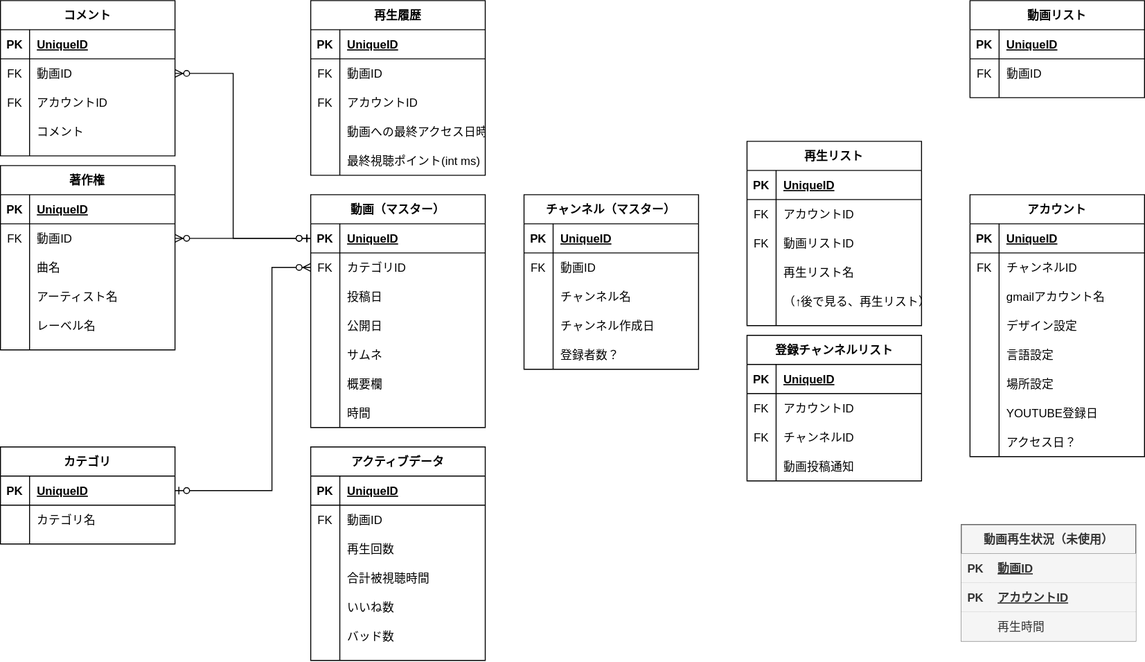
This is youtube要件定義.svg from miharu-kon/board, a draw.io export, as it was before one commit. Source tidied: cells renumbered, new cells last; positions are measured from the earlier drawing's top-left corner, leaving out a move shared by most shapes.
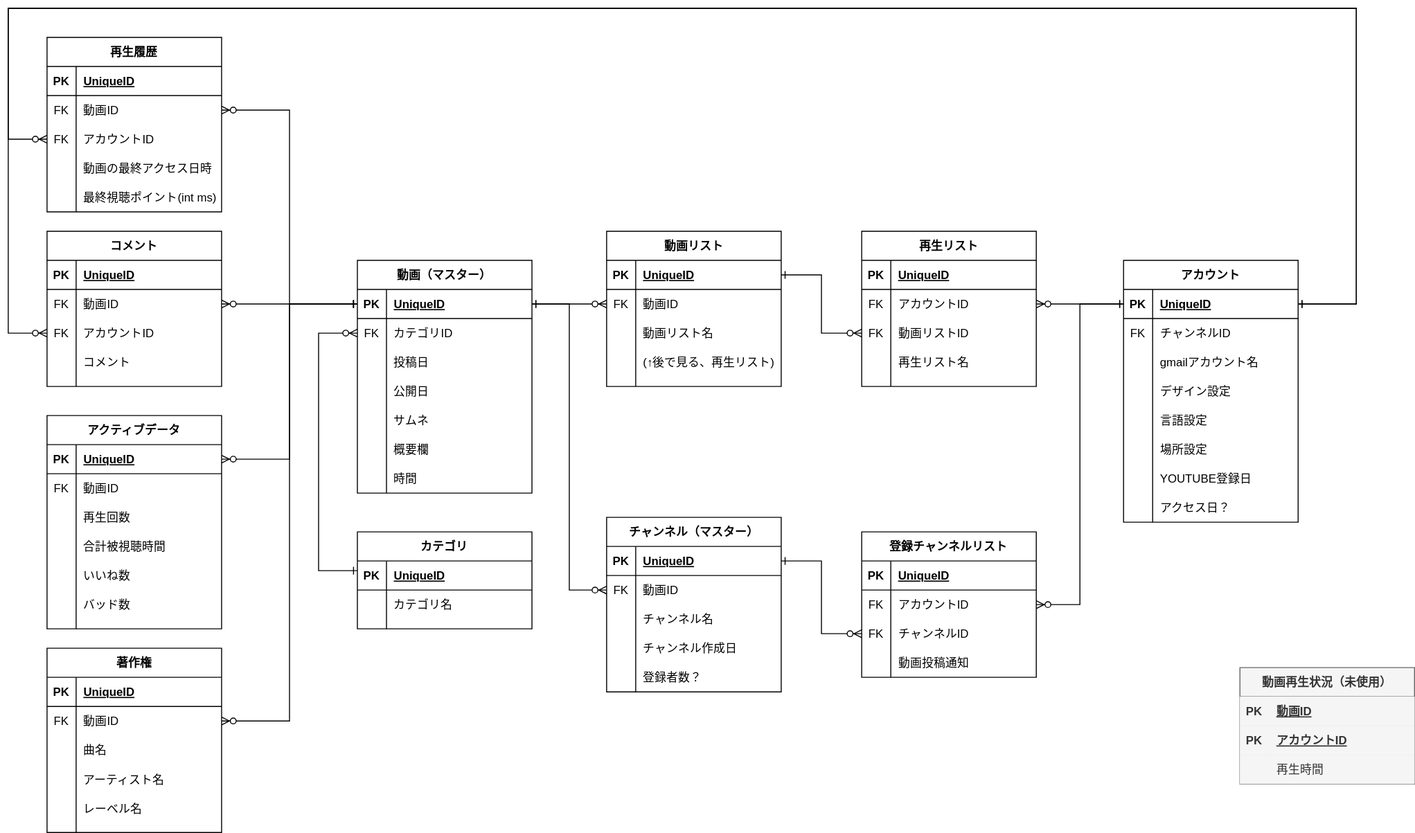
Above is the later version.

Commit message:
youtube要件定義.svg を更新します

The edit, as a diff of the source:
```diff
@@ -3,7 +3,7 @@
     <mxCell id="0" />
     <mxCell id="1" parent="0" />
     <mxCell id="2" value="チャンネル（マスター）" style="shape=table;startSize=30;rowLines=0;fontStyle=1;align=center;" parent="1" vertex="1">
-      <mxGeometry x="540" y="200" width="180" height="180" as="geometry" />
+      <mxGeometry x="577" y="465" width="180" height="180" as="geometry" />
     </mxCell>
     <mxCell id="3" style="shape=partialRectangle;fillColor=none;top=0;left=0;bottom=1;right=0;points=[[0,0.5],[1,0.5]];portConstraint=eastwest;" parent="2" vertex="1">
       <mxGeometry y="30" width="180" height="30" as="geometry" />
@@ -117,7 +117,7 @@
       <mxGeometry x="30" width="150" height="30" as="geometry" />
     </mxCell>
     <mxCell id="40" value="アカウント" style="shape=table;startSize=30;rowLines=0;fontStyle=1;align=center;" parent="1" vertex="1">
-      <mxGeometry x="1000" y="200" width="180" height="270" as="geometry" />
+      <mxGeometry x="1110" y="200" width="180" height="270" as="geometry" />
     </mxCell>
     <mxCell id="41" style="shape=partialRectangle;fillColor=none;top=0;left=0;bottom=1;right=0;points=[[0,0.5],[1,0.5]];portConstraint=eastwest;" parent="40" vertex="1">
       <mxGeometry y="30" width="180" height="30" as="geometry" />
@@ -192,7 +192,7 @@
       <mxGeometry x="30" width="150" height="30" as="geometry" />
     </mxCell>
     <mxCell id="65" value="カテゴリ" style="shape=table;startSize=30;rowLines=0;fontStyle=1;align=center;" parent="1" vertex="1">
-      <mxGeometry y="460" width="180" height="100" as="geometry" />
+      <mxGeometry x="320" y="480" width="180" height="100" as="geometry" />
     </mxCell>
     <mxCell id="66" style="shape=partialRectangle;fillColor=none;top=0;left=0;bottom=1;right=0;points=[[0,0.5],[1,0.5]];portConstraint=eastwest;" parent="65" vertex="1">
       <mxGeometry y="30" width="180" height="30" as="geometry" />
@@ -212,16 +212,16 @@
     <mxCell id="71" value="カテゴリ名" style="shape=partialRectangle;fillColor=none;top=0;left=0;bottom=0;right=0;align=left;spacingLeft=6;overflow=hidden;" parent="69" vertex="1">
       <mxGeometry x="30" width="150" height="30" as="geometry" />
     </mxCell>
-    <mxCell id="72" style="edgeStyle=orthogonalEdgeStyle;rounded=0;jettySize=auto;html=1;startArrow=ERzeroToOne;startFill=1;endArrow=ERzeroToMany;endFill=1;" parent="1" edge="1" source="66" target="22">
+    <mxCell id="72" style="edgeStyle=orthogonalEdgeStyle;rounded=0;jettySize=auto;html=1;startArrow=ERone;startFill=0;endArrow=ERzeroToMany;endFill=1;" parent="1" edge="1" source="66" target="22">
       <mxGeometry relative="1" as="geometry">
         <Array as="points">
-          <mxPoint x="280" y="505" />
+          <mxPoint x="280" y="520" />
           <mxPoint x="280" y="275" />
         </Array>
       </mxGeometry>
     </mxCell>
     <mxCell id="73" value="コメント" style="shape=table;startSize=30;rowLines=0;fontStyle=1;align=center;" parent="1" vertex="1">
-      <mxGeometry width="180" height="160" as="geometry" />
+      <mxGeometry y="170" width="180" height="160" as="geometry" />
     </mxCell>
     <mxCell id="74" style="shape=partialRectangle;fillColor=none;top=0;left=0;bottom=1;right=0;" parent="73" vertex="1">
       <mxGeometry y="30" width="180" height="30" as="geometry" />
@@ -263,7 +263,7 @@
       <mxGeometry relative="1" as="geometry" />
     </mxCell>
     <mxCell id="87" value="著作権" style="shape=table;startSize=30;rowLines=0;fontStyle=1;align=center;" parent="1" vertex="1">
-      <mxGeometry y="170" width="180" height="190" as="geometry" />
+      <mxGeometry y="600" width="180" height="190" as="geometry" />
     </mxCell>
     <mxCell id="88" style="shape=partialRectangle;fillColor=none;top=0;left=0;bottom=1;right=0;" parent="87" vertex="1">
       <mxGeometry y="30" width="180" height="30" as="geometry" />
@@ -310,19 +310,18 @@
     <mxCell id="102" value="レーベル名" style="shape=partialRectangle;fillColor=none;top=0;left=0;bottom=0;right=0;align=left;spacingLeft=6;overflow=hidden;" parent="100" vertex="1">
       <mxGeometry x="30" width="150" height="30" as="geometry" />
     </mxCell>
-    <mxCell id="103" style="edgeStyle=orthogonalEdgeStyle;rounded=0;jettySize=auto;html=1;startArrow=ERzeroToMany;startFill=1;endArrow=ERzeroToOne;endFill=1;exitX=1;exitY=0.5;exitDx=0;exitDy=0;" parent="1" edge="1" source="77" target="19">
+    <mxCell id="103" style="edgeStyle=orthogonalEdgeStyle;rounded=0;jettySize=auto;html=1;startArrow=ERzeroToMany;startFill=1;endArrow=ERone;endFill=0;exitX=1;exitY=0.5;exitDx=0;exitDy=0;" parent="1" edge="1" source="77" target="19">
       <mxGeometry relative="1" as="geometry">
         <Array as="points">
-          <mxPoint x="240" y="75" />
-          <mxPoint x="240" y="245" />
+          <mxPoint x="180" y="245" />
         </Array>
       </mxGeometry>
     </mxCell>
-    <mxCell id="104" style="edgeStyle=orthogonalEdgeStyle;rounded=0;jettySize=auto;html=1;startArrow=ERzeroToMany;startFill=1;endArrow=ERzeroToOne;endFill=1;" parent="1" edge="1" source="91" target="19">
+    <mxCell id="104" style="edgeStyle=orthogonalEdgeStyle;rounded=0;jettySize=auto;html=1;startArrow=ERzeroToMany;startFill=1;endArrow=ERone;endFill=0;" parent="1" edge="1" source="91" target="19">
       <mxGeometry relative="1" as="geometry" />
     </mxCell>
     <mxCell id="105" value="動画再生状況（未使用）" style="shape=table;startSize=30;rowLines=0;fontStyle=1;align=center;fillColor=#f5f5f5;strokeColor=#666666;fontColor=#333333;" parent="1" vertex="1">
-      <mxGeometry x="991" y="540" width="180" height="120" as="geometry" />
+      <mxGeometry x="1230" y="620" width="180" height="120" as="geometry" />
     </mxCell>
     <mxCell id="106" style="shape=partialRectangle;fillColor=#f5f5f5;top=0;left=0;bottom=1;right=0;strokeColor=#666666;fontColor=#333333;" parent="105" vertex="1">
       <mxGeometry y="30" width="180" height="30" as="geometry" />
@@ -352,7 +351,7 @@
       <mxGeometry x="30" width="150" height="30" as="geometry" />
     </mxCell>
     <mxCell id="115" value="登録チャンネルリスト" style="shape=table;startSize=30;rowLines=0;fontStyle=1;align=center;" parent="1" vertex="1">
-      <mxGeometry x="770" y="345" width="180" height="150" as="geometry" />
+      <mxGeometry x="840" y="480" width="180" height="150" as="geometry" />
     </mxCell>
     <mxCell id="116" style="shape=partialRectangle;fillColor=none;top=0;left=0;bottom=1;right=0;" parent="115" vertex="1">
       <mxGeometry y="30" width="180" height="30" as="geometry" />
@@ -391,7 +390,7 @@
       <mxGeometry x="30" width="150" height="30" as="geometry" />
     </mxCell>
     <mxCell id="128" value="動画リスト" style="shape=table;startSize=30;rowLines=0;fontStyle=1;align=center;" parent="1" vertex="1">
-      <mxGeometry x="1000" width="180" height="100" as="geometry" />
+      <mxGeometry x="577" y="170" width="180" height="160" as="geometry" />
     </mxCell>
     <mxCell id="129" style="shape=partialRectangle;fillColor=none;top=0;left=0;bottom=1;right=0;points=[[0,0.5],[1,0.5]];portConstraint=eastwest;" parent="128" vertex="1">
       <mxGeometry y="30" width="180" height="30" as="geometry" />
@@ -411,8 +410,26 @@
     <mxCell id="134" value="動画ID" style="shape=partialRectangle;fillColor=none;top=0;left=0;bottom=0;right=0;align=left;spacingLeft=6;overflow=hidden;" parent="132" vertex="1">
       <mxGeometry x="30" width="150" height="30" as="geometry" />
     </mxCell>
+    <mxCell id="186" style="shape=partialRectangle;fillColor=none;top=0;left=0;bottom=0;right=0;" parent="128" vertex="1">
+      <mxGeometry y="90" width="180" height="30" as="geometry" />
+    </mxCell>
+    <mxCell id="187" style="shape=partialRectangle;fillColor=none;top=0;left=0;bottom=0;right=0;overflow=hidden;" parent="186" vertex="1">
+      <mxGeometry width="30" height="30" as="geometry" />
+    </mxCell>
+    <mxCell id="188" value="動画リスト名" style="shape=partialRectangle;fillColor=none;top=0;left=0;bottom=0;right=0;align=left;spacingLeft=6;overflow=hidden;" parent="186" vertex="1">
+      <mxGeometry x="30" width="150" height="30" as="geometry" />
+    </mxCell>
+    <mxCell id="189" style="shape=partialRectangle;fillColor=none;top=0;left=0;bottom=0;right=0;" parent="128" vertex="1">
+      <mxGeometry y="120" width="180" height="30" as="geometry" />
+    </mxCell>
+    <mxCell id="190" style="shape=partialRectangle;fillColor=none;top=0;left=0;bottom=0;right=0;overflow=hidden;" parent="189" vertex="1">
+      <mxGeometry width="30" height="30" as="geometry" />
+    </mxCell>
+    <mxCell id="191" value="(↑後で見る、再生リスト)" style="shape=partialRectangle;fillColor=none;top=0;left=0;bottom=0;right=0;align=left;spacingLeft=6;overflow=hidden;" parent="189" vertex="1">
+      <mxGeometry x="30" width="150" height="30" as="geometry" />
+    </mxCell>
     <mxCell id="135" value="再生履歴" style="shape=table;startSize=30;rowLines=0;fontStyle=1;align=center;" parent="1" vertex="1">
-      <mxGeometry x="320" width="180" height="180" as="geometry" />
+      <mxGeometry y="-30" width="180" height="180" as="geometry" />
     </mxCell>
     <mxCell id="136" style="shape=partialRectangle;fillColor=none;top=0;left=0;bottom=1;right=0;" parent="135" vertex="1">
       <mxGeometry y="30" width="180" height="30" as="geometry" />
@@ -447,7 +464,7 @@
     <mxCell id="146" style="shape=partialRectangle;fillColor=none;top=0;left=0;bottom=0;right=0;overflow=hidden;" parent="145" vertex="1">
       <mxGeometry width="30" height="30" as="geometry" />
     </mxCell>
-    <mxCell id="147" value="動画への最終アクセス日時" style="shape=partialRectangle;fillColor=none;top=0;left=0;bottom=0;right=0;align=left;spacingLeft=6;overflow=hidden;" parent="145" vertex="1">
+    <mxCell id="147" value="動画の最終アクセス日時" style="shape=partialRectangle;fillColor=none;top=0;left=0;bottom=0;right=0;align=left;spacingLeft=6;overflow=hidden;" parent="145" vertex="1">
       <mxGeometry x="30" width="150" height="30" as="geometry" />
     </mxCell>
     <mxCell id="148" style="shape=partialRectangle;fillColor=none;top=0;left=0;bottom=0;right=0;" parent="135" vertex="1">
@@ -460,7 +477,7 @@
       <mxGeometry x="30" width="150" height="30" as="geometry" />
     </mxCell>
     <mxCell id="151" value="再生リスト" style="shape=table;startSize=30;rowLines=0;fontStyle=1;align=center;" parent="1" vertex="1">
-      <mxGeometry x="770" y="145" width="180" height="190" as="geometry" />
+      <mxGeometry x="840" y="170" width="180" height="160" as="geometry" />
     </mxCell>
     <mxCell id="152" style="shape=partialRectangle;fillColor=none;top=0;left=0;bottom=1;right=0;" parent="151" vertex="1">
       <mxGeometry y="30" width="180" height="30" as="geometry" />
@@ -498,17 +515,8 @@
     <mxCell id="163" value="再生リスト名" style="shape=partialRectangle;fillColor=none;top=0;left=0;bottom=0;right=0;align=left;spacingLeft=6;overflow=hidden;" parent="161" vertex="1">
       <mxGeometry x="30" width="150" height="30" as="geometry" />
     </mxCell>
-    <mxCell id="164" style="shape=partialRectangle;fillColor=none;top=0;left=0;bottom=0;right=0;" parent="151" vertex="1">
-      <mxGeometry y="150" width="180" height="30" as="geometry" />
-    </mxCell>
-    <mxCell id="165" style="shape=partialRectangle;fillColor=none;top=0;left=0;bottom=0;right=0;overflow=hidden;" parent="164" vertex="1">
-      <mxGeometry width="30" height="30" as="geometry" />
-    </mxCell>
-    <mxCell id="166" value="（↑後で見る、再生リスト）" style="shape=partialRectangle;fillColor=none;top=0;left=0;bottom=0;right=0;align=left;spacingLeft=6;overflow=hidden;" parent="164" vertex="1">
-      <mxGeometry x="30" width="150" height="30" as="geometry" />
-    </mxCell>
     <mxCell id="167" value="アクティブデータ" style="shape=table;startSize=30;rowLines=0;fontStyle=1;align=center;" parent="1" vertex="1">
-      <mxGeometry x="320" y="460" width="180" height="220" as="geometry" />
+      <mxGeometry y="360" width="180" height="220" as="geometry" />
     </mxCell>
     <mxCell id="168" style="shape=partialRectangle;fillColor=none;top=0;left=0;bottom=1;right=0;points=[[0,0.5],[1,0.5]];portConstraint=eastwest;" parent="167" vertex="1">
       <mxGeometry y="30" width="180" height="30" as="geometry" />
@@ -564,5 +572,50 @@
     <mxCell id="185" value="バッド数" style="shape=partialRectangle;fillColor=none;top=0;left=0;bottom=0;right=0;align=left;spacingLeft=6;overflow=hidden;" parent="183" vertex="1">
       <mxGeometry x="30" width="150" height="30" as="geometry" />
     </mxCell>
+    <mxCell id="192" style="edgeStyle=orthogonalEdgeStyle;rounded=0;jettySize=auto;html=1;startArrow=ERzeroToMany;startFill=1;endArrow=ERone;endFill=0;" parent="1" edge="1" source="139" target="19">
+      <mxGeometry relative="1" as="geometry" />
+    </mxCell>
+    <mxCell id="193" style="edgeStyle=orthogonalEdgeStyle;rounded=0;jettySize=auto;html=1;exitX=1;exitY=0.5;exitDx=0;exitDy=0;entryX=0;entryY=0.5;entryDx=0;entryDy=0;startArrow=ERone;startFill=0;endArrow=ERzeroToMany;endFill=1;" parent="1" edge="1" source="19" target="132">
+      <mxGeometry relative="1" as="geometry" />
+    </mxCell>
+    <mxCell id="194" style="edgeStyle=orthogonalEdgeStyle;rounded=0;jettySize=auto;html=1;exitX=0;exitY=0.5;exitDx=0;exitDy=0;startArrow=ERzeroToMany;startFill=1;endArrow=ERone;endFill=0;" parent="1" edge="1" source="6" target="19">
+      <mxGeometry relative="1" as="geometry" />
+    </mxCell>
+    <mxCell id="195" style="edgeStyle=orthogonalEdgeStyle;rounded=0;jettySize=auto;html=1;exitX=1;exitY=0.5;exitDx=0;exitDy=0;startArrow=ERzeroToMany;startFill=1;endArrow=ERone;endFill=0;" parent="1" edge="1" source="168" target="19">
+      <mxGeometry relative="1" as="geometry" />
+    </mxCell>
+    <mxCell id="196" style="edgeStyle=orthogonalEdgeStyle;rounded=0;jettySize=auto;html=1;exitX=0;exitY=0.5;exitDx=0;exitDy=0;entryX=1;entryY=0.5;entryDx=0;entryDy=0;startArrow=ERzeroToMany;startFill=1;endArrow=ERone;endFill=0;" parent="1" edge="1" source="122" target="3">
+      <mxGeometry relative="1" as="geometry" />
+    </mxCell>
+    <mxCell id="197" style="edgeStyle=orthogonalEdgeStyle;rounded=0;jettySize=auto;html=1;exitX=0;exitY=0.5;exitDx=0;exitDy=0;entryX=1;entryY=0.5;entryDx=0;entryDy=0;startArrow=ERzeroToMany;startFill=1;endArrow=ERone;endFill=0;" parent="1" edge="1" source="158" target="129">
+      <mxGeometry relative="1" as="geometry" />
+    </mxCell>
+    <mxCell id="198" style="edgeStyle=orthogonalEdgeStyle;rounded=0;jettySize=auto;html=1;exitX=1;exitY=0.5;exitDx=0;exitDy=0;entryX=0;entryY=0.5;entryDx=0;entryDy=0;startArrow=ERzeroToMany;startFill=1;endArrow=ERone;endFill=0;" parent="1" edge="1" source="155" target="41">
+      <mxGeometry relative="1" as="geometry" />
+    </mxCell>
+    <mxCell id="199" style="edgeStyle=orthogonalEdgeStyle;rounded=0;jettySize=auto;html=1;exitX=1;exitY=0.5;exitDx=0;exitDy=0;startArrow=ERzeroToMany;startFill=1;endArrow=ERone;endFill=0;" parent="1" edge="1" source="119" target="41">
+      <mxGeometry relative="1" as="geometry" />
+    </mxCell>
+    <mxCell id="200" style="edgeStyle=orthogonalEdgeStyle;rounded=0;jettySize=auto;html=1;exitX=0;exitY=0.5;exitDx=0;exitDy=0;startArrow=ERzeroToMany;startFill=1;endArrow=ERone;endFill=0;" parent="1" edge="1" source="142" target="41">
+      <mxGeometry relative="1" as="geometry">
+        <Array as="points">
+          <mxPoint x="-40" y="75" />
+          <mxPoint x="-40" y="-60" />
+          <mxPoint x="1350" y="-60" />
+          <mxPoint x="1350" y="245" />
+        </Array>
+      </mxGeometry>
+    </mxCell>
+    <mxCell id="201" style="edgeStyle=orthogonalEdgeStyle;rounded=0;jettySize=auto;html=1;startArrow=ERzeroToMany;startFill=1;endArrow=ERone;endFill=0;" parent="1" edge="1" target="41">
+      <mxGeometry relative="1" as="geometry">
+        <mxPoint y="275" as="sourcePoint" />
+        <Array as="points">
+          <mxPoint x="-40" y="275" />
+          <mxPoint x="-40" y="-60" />
+          <mxPoint x="1350" y="-60" />
+          <mxPoint x="1350" y="245" />
+        </Array>
+      </mxGeometry>
+    </mxCell>
   </root>
 </mxGraphModel>
```
